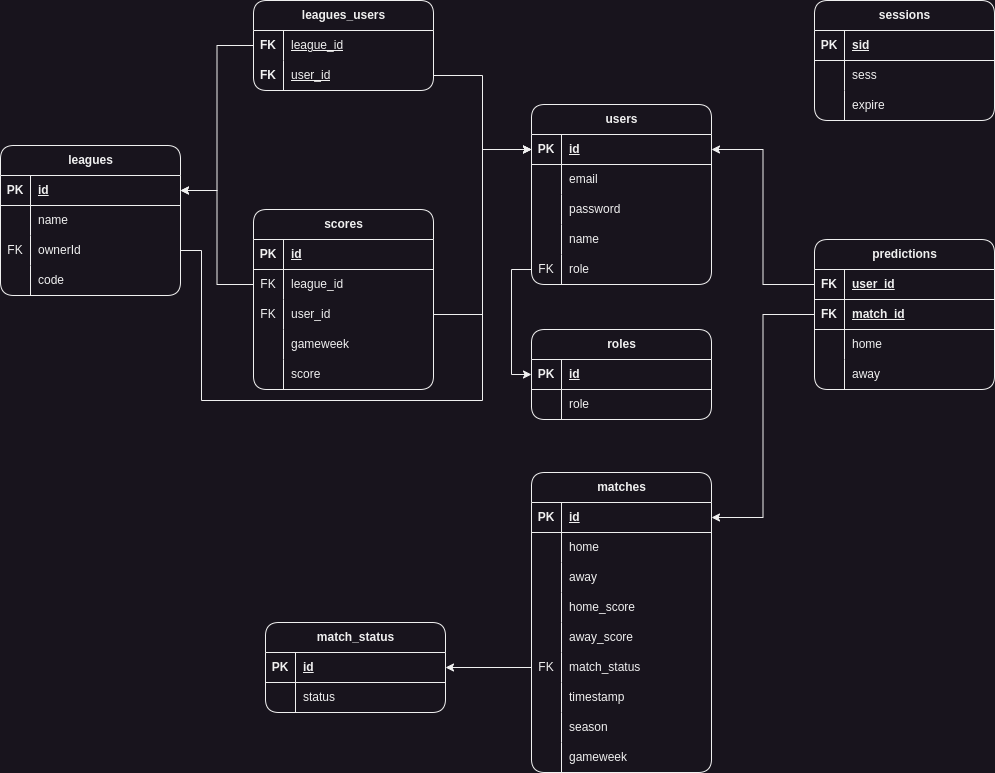
Earlier version of the draw.io export images/FotLeague.drawio.png (MahmoudHamdy02/FotLeague). Source tidied: cells renumbered, new cells last; positions are measured from the earlier drawing's top-left corner, leaving out a move shared by most shapes.
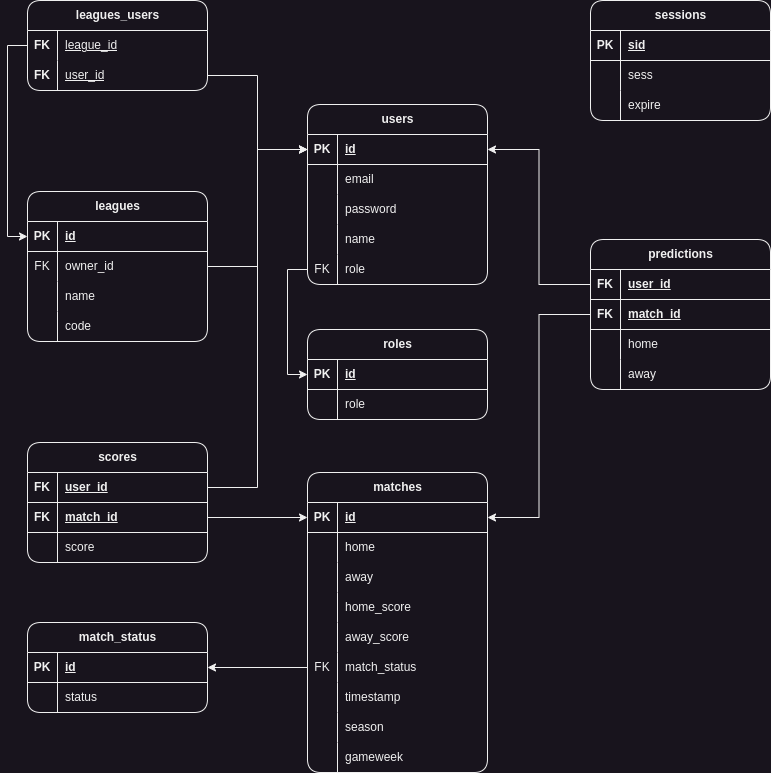
After the commit.

What changed in the source:
```diff
@@ -180,7 +180,7 @@
       <mxGeometry relative="1" as="geometry" />
     </mxCell>
     <mxCell id="61" value="leagues" style="shape=table;startSize=30;rowLines=0;fontStyle=1;align=center;html=1;rounded=1;shadow=0;swimlaneFillColor=none;gradientColor=none;" parent="1" vertex="1">
-      <mxGeometry y="145" width="180" height="150" as="geometry" />
+      <mxGeometry x="251" y="191" width="180" height="150" as="geometry" />
     </mxCell>
     <mxCell id="62" style="shape=tableRow;horizontal=0;startSize=0;swimlaneHead=0;swimlaneBody=0;fillColor=none;points=[[0,0.5],[1,0.5]];portConstraint=eastwest;top=0;left=0;right=0;bottom=1;" parent="61" vertex="1">
       <mxGeometry y="30" width="180" height="30" as="geometry" />
@@ -194,19 +194,19 @@
     <mxCell id="65" style="shape=tableRow;horizontal=0;startSize=0;swimlaneHead=0;swimlaneBody=0;fillColor=none;points=[[0,0.5],[1,0.5]];portConstraint=eastwest;top=0;left=0;right=0;bottom=0;" parent="61" vertex="1">
       <mxGeometry y="60" width="180" height="30" as="geometry" />
     </mxCell>
-    <mxCell id="66" style="shape=partialRectangle;fillColor=none;top=0;left=0;bottom=0;right=0;overflow=hidden;whiteSpace=wrap;html=1;" parent="65" vertex="1">
+    <mxCell id="66" value="FK" style="shape=partialRectangle;fillColor=none;top=0;left=0;bottom=0;right=0;overflow=hidden;whiteSpace=wrap;html=1;" parent="65" vertex="1">
       <mxGeometry width="30" height="30" as="geometry" />
     </mxCell>
-    <mxCell id="67" value="name" style="shape=partialRectangle;fillColor=none;top=0;left=0;bottom=0;right=0;align=left;spacingLeft=6;overflow=hidden;whiteSpace=wrap;html=1;" parent="65" vertex="1">
+    <mxCell id="67" value="owner_id" style="shape=partialRectangle;fillColor=none;top=0;left=0;bottom=0;right=0;align=left;spacingLeft=6;overflow=hidden;whiteSpace=wrap;html=1;" parent="65" vertex="1">
       <mxGeometry x="30" width="150" height="30" as="geometry" />
     </mxCell>
     <mxCell id="68" style="shape=tableRow;horizontal=0;startSize=0;swimlaneHead=0;swimlaneBody=0;fillColor=none;top=0;left=0;right=0;bottom=0;" parent="61" vertex="1">
       <mxGeometry y="90" width="180" height="30" as="geometry" />
     </mxCell>
-    <mxCell id="69" value="FK" style="shape=partialRectangle;fillColor=none;top=0;left=0;bottom=0;right=0;overflow=hidden;whiteSpace=wrap;html=1;" parent="68" vertex="1">
+    <mxCell id="69" style="shape=partialRectangle;fillColor=none;top=0;left=0;bottom=0;right=0;overflow=hidden;whiteSpace=wrap;html=1;" parent="68" vertex="1">
       <mxGeometry width="30" height="30" as="geometry" />
     </mxCell>
-    <mxCell id="70" value="ownerId" style="shape=partialRectangle;fillColor=none;top=0;left=0;bottom=0;right=0;align=left;spacingLeft=6;overflow=hidden;whiteSpace=wrap;html=1;" parent="68" vertex="1">
+    <mxCell id="70" value="name" style="shape=partialRectangle;fillColor=none;top=0;left=0;bottom=0;right=0;align=left;spacingLeft=6;overflow=hidden;whiteSpace=wrap;html=1;" parent="68" vertex="1">
       <mxGeometry x="30" width="150" height="30" as="geometry" />
     </mxCell>
     <mxCell id="71" style="shape=tableRow;horizontal=0;startSize=0;swimlaneHead=0;swimlaneBody=0;fillColor=none;top=0;left=0;right=0;bottom=0;" parent="61" vertex="1">
@@ -219,7 +219,7 @@
       <mxGeometry x="30" width="150" height="30" as="geometry" />
     </mxCell>
     <mxCell id="74" value="leagues_users" style="shape=table;startSize=30;rowLines=0;fontStyle=1;align=center;html=1;rounded=1;shadow=0;swimlaneFillColor=none;gradientColor=none;" parent="1" vertex="1">
-      <mxGeometry x="253" width="180" height="90" as="geometry" />
+      <mxGeometry x="251" width="180" height="90" as="geometry" />
     </mxCell>
     <mxCell id="75" style="shape=tableRow;horizontal=0;startSize=0;swimlaneHead=0;swimlaneBody=0;fillColor=none;points=[[0,0.5],[1,0.5]];portConstraint=eastwest;top=0;left=0;right=0;bottom=0;" parent="74" vertex="1">
       <mxGeometry y="30" width="180" height="30" as="geometry" />
@@ -239,50 +239,32 @@
     <mxCell id="80" value="&lt;u&gt;user_id&lt;/u&gt;" style="shape=partialRectangle;fillColor=none;top=0;left=0;bottom=0;right=0;align=left;spacingLeft=6;overflow=hidden;whiteSpace=wrap;html=1;" parent="78" vertex="1">
       <mxGeometry x="30" width="150" height="30" as="geometry" />
     </mxCell>
-    <mxCell id="81" style="edgeStyle=orthogonalEdgeStyle;rounded=0;jettySize=auto;html=1;exitX=0;exitY=0.5;exitDx=0;exitDy=0;entryX=1;entryY=0.5;entryDx=0;entryDy=0;" parent="1" edge="1" source="75" target="62">
+    <mxCell id="81" style="edgeStyle=orthogonalEdgeStyle;rounded=0;jettySize=auto;html=1;exitX=0;exitY=0.5;exitDx=0;exitDy=0;entryX=0;entryY=0.5;entryDx=0;entryDy=0;" parent="1" edge="1" source="75" target="62">
       <mxGeometry relative="1" as="geometry" />
     </mxCell>
     <mxCell id="82" value="scores" style="shape=table;startSize=30;rowLines=0;fontStyle=1;align=center;html=1;rounded=1;shadow=0;swimlaneFillColor=none;gradientColor=none;" parent="1" vertex="1">
-      <mxGeometry x="253" y="209" width="180" height="180" as="geometry" />
+      <mxGeometry x="251" y="442" width="180" height="120" as="geometry" />
     </mxCell>
     <mxCell id="83" style="shape=tableRow;horizontal=0;startSize=0;swimlaneHead=0;swimlaneBody=0;fillColor=none;points=[[0,0.5],[1,0.5]];portConstraint=eastwest;top=0;left=0;right=0;bottom=1;" parent="82" vertex="1">
       <mxGeometry y="30" width="180" height="30" as="geometry" />
     </mxCell>
-    <mxCell id="84" value="PK" style="shape=partialRectangle;fillColor=none;top=0;left=0;bottom=0;right=0;fontStyle=1;overflow=hidden;whiteSpace=wrap;html=1;" parent="83" vertex="1">
+    <mxCell id="84" value="FK" style="shape=partialRectangle;fillColor=none;top=0;left=0;bottom=0;right=0;fontStyle=1;overflow=hidden;whiteSpace=wrap;html=1;" parent="83" vertex="1">
       <mxGeometry width="30" height="30" as="geometry" />
     </mxCell>
-    <mxCell id="85" value="id" style="shape=partialRectangle;fillColor=none;top=0;left=0;bottom=0;right=0;align=left;spacingLeft=6;fontStyle=5;overflow=hidden;whiteSpace=wrap;html=1;" parent="83" vertex="1">
+    <mxCell id="85" value="user_id" style="shape=partialRectangle;fillColor=none;top=0;left=0;bottom=0;right=0;align=left;spacingLeft=6;fontStyle=5;overflow=hidden;whiteSpace=wrap;html=1;" parent="83" vertex="1">
       <mxGeometry x="30" width="150" height="30" as="geometry" />
     </mxCell>
-    <mxCell id="86" style="shape=tableRow;horizontal=0;startSize=0;swimlaneHead=0;swimlaneBody=0;fillColor=none;points=[[0,0.5],[1,0.5]];portConstraint=eastwest;top=0;left=0;right=0;bottom=0;" parent="82" vertex="1">
-      <mxGeometry y="60" width="180" height="30" as="geometry" />
-    </mxCell>
-    <mxCell id="87" value="FK" style="shape=partialRectangle;fillColor=none;top=0;left=0;bottom=0;right=0;overflow=hidden;whiteSpace=wrap;html=1;" parent="86" vertex="1">
-      <mxGeometry width="30" height="30" as="geometry" />
-    </mxCell>
-    <mxCell id="88" value="league_id" style="shape=partialRectangle;fillColor=none;top=0;left=0;bottom=0;right=0;align=left;spacingLeft=6;overflow=hidden;whiteSpace=wrap;html=1;" parent="86" vertex="1">
-      <mxGeometry x="30" width="150" height="30" as="geometry" />
-    </mxCell>
-    <mxCell id="89" style="shape=tableRow;horizontal=0;startSize=0;swimlaneHead=0;swimlaneBody=0;fillColor=none;points=[[0,0.5],[1,0.5]];portConstraint=eastwest;top=0;left=0;right=0;bottom=0;" parent="82" vertex="1">
-      <mxGeometry y="90" width="180" height="30" as="geometry" />
-    </mxCell>
-    <mxCell id="90" value="FK" style="shape=partialRectangle;fillColor=none;top=0;left=0;bottom=0;right=0;overflow=hidden;whiteSpace=wrap;html=1;" parent="89" vertex="1">
-      <mxGeometry width="30" height="30" as="geometry" />
-    </mxCell>
-    <mxCell id="91" value="user_id" style="shape=partialRectangle;fillColor=none;top=0;left=0;bottom=0;right=0;align=left;spacingLeft=6;overflow=hidden;whiteSpace=wrap;html=1;" parent="89" vertex="1">
-      <mxGeometry x="30" width="150" height="30" as="geometry" />
-    </mxCell>
-    <mxCell id="92" style="shape=tableRow;horizontal=0;startSize=0;swimlaneHead=0;swimlaneBody=0;fillColor=none;top=0;left=0;right=0;bottom=0;" parent="82" vertex="1">
-      <mxGeometry y="120" width="180" height="30" as="geometry" />
-    </mxCell>
-    <mxCell id="93" style="shape=partialRectangle;fillColor=none;top=0;left=0;bottom=0;right=0;overflow=hidden;whiteSpace=wrap;html=1;" parent="92" vertex="1">
-      <mxGeometry width="30" height="30" as="geometry" />
-    </mxCell>
-    <mxCell id="94" value="gameweek" style="shape=partialRectangle;fillColor=none;top=0;left=0;bottom=0;right=0;align=left;spacingLeft=6;overflow=hidden;whiteSpace=wrap;html=1;" parent="92" vertex="1">
-      <mxGeometry x="30" width="150" height="30" as="geometry" />
-    </mxCell>
+    <mxCell id="128" style="shape=tableRow;horizontal=0;startSize=0;swimlaneHead=0;swimlaneBody=0;fillColor=none;points=[[0,0.5],[1,0.5]];portConstraint=eastwest;top=0;left=0;right=0;bottom=1;" parent="82" vertex="1">
+      <mxGeometry y="60" width="180" height="30" as="geometry" />
+    </mxCell>
+    <mxCell id="129" value="FK" style="shape=partialRectangle;fillColor=none;top=0;left=0;bottom=0;right=0;fontStyle=1;overflow=hidden;whiteSpace=wrap;html=1;" parent="128" vertex="1">
+      <mxGeometry width="30" height="30" as="geometry" />
+    </mxCell>
+    <mxCell id="130" value="match_id" style="shape=partialRectangle;fillColor=none;top=0;left=0;bottom=0;right=0;align=left;spacingLeft=6;fontStyle=5;overflow=hidden;whiteSpace=wrap;html=1;" parent="128" vertex="1">
+      <mxGeometry x="30" width="150" height="30" as="geometry" />
+    </mxCell>
     <mxCell id="95" style="shape=tableRow;horizontal=0;startSize=0;swimlaneHead=0;swimlaneBody=0;fillColor=none;top=0;left=0;right=0;bottom=0;" parent="82" vertex="1">
-      <mxGeometry y="150" width="180" height="30" as="geometry" />
+      <mxGeometry y="90" width="180" height="30" as="geometry" />
     </mxCell>
     <mxCell id="96" style="shape=partialRectangle;fillColor=none;top=0;left=0;bottom=0;right=0;overflow=hidden;whiteSpace=wrap;html=1;" parent="95" vertex="1">
       <mxGeometry width="30" height="30" as="geometry" />
@@ -290,11 +272,8 @@
     <mxCell id="97" value="score" style="shape=partialRectangle;fillColor=none;top=0;left=0;bottom=0;right=0;align=left;spacingLeft=6;overflow=hidden;whiteSpace=wrap;html=1;" parent="95" vertex="1">
       <mxGeometry x="30" width="150" height="30" as="geometry" />
     </mxCell>
-    <mxCell id="98" style="edgeStyle=orthogonalEdgeStyle;rounded=0;jettySize=auto;html=1;exitX=0;exitY=0.5;exitDx=0;exitDy=0;entryX=1;entryY=0.5;entryDx=0;entryDy=0;" parent="1" edge="1" source="86" target="62">
-      <mxGeometry relative="1" as="geometry" />
-    </mxCell>
     <mxCell id="99" value="match_status" style="shape=table;startSize=30;rowLines=0;fontStyle=1;align=center;html=1;rounded=1;shadow=0;swimlaneFillColor=none;gradientColor=none;" parent="1" vertex="1">
-      <mxGeometry x="265" y="622" width="180" height="90" as="geometry" />
+      <mxGeometry x="251" y="622" width="180" height="90" as="geometry" />
     </mxCell>
     <mxCell id="100" style="shape=tableRow;horizontal=0;startSize=0;swimlaneHead=0;swimlaneBody=0;fillColor=none;points=[[0,0.5],[1,0.5]];portConstraint=eastwest;top=0;left=0;right=0;bottom=1;" parent="99" vertex="1">
       <mxGeometry y="30" width="180" height="30" as="geometry" />
@@ -371,23 +350,17 @@
     <mxCell id="124" style="edgeStyle=orthogonalEdgeStyle;rounded=0;jettySize=auto;html=1;exitX=0;exitY=0.5;exitDx=0;exitDy=0;entryX=0;entryY=0.5;entryDx=0;entryDy=0;" parent="1" edge="1" source="15" target="118">
       <mxGeometry relative="1" as="geometry" />
     </mxCell>
-    <mxCell id="125" style="edgeStyle=orthogonalEdgeStyle;rounded=0;orthogonalLoop=1;jettySize=auto;html=1;exitX=1;exitY=0.5;exitDx=0;exitDy=0;entryX=0;entryY=0.5;entryDx=0;entryDy=0;" parent="1" edge="1">
-      <mxGeometry relative="1" as="geometry">
-        <mxPoint x="180" y="250" as="sourcePoint" />
-        <mxPoint x="531" y="149" as="targetPoint" />
-        <Array as="points">
-          <mxPoint x="201" y="250" />
-          <mxPoint x="201" y="400" />
-          <mxPoint x="482" y="400" />
-          <mxPoint x="482" y="149" />
-        </Array>
-      </mxGeometry>
-    </mxCell>
     <mxCell id="126" style="edgeStyle=orthogonalEdgeStyle;rounded=0;jettySize=auto;html=1;exitX=1;exitY=0.5;exitDx=0;exitDy=0;entryX=0;entryY=0.5;entryDx=0;entryDy=0;" parent="1" edge="1" source="78" target="3">
       <mxGeometry relative="1" as="geometry" />
     </mxCell>
-    <mxCell id="127" style="edgeStyle=orthogonalEdgeStyle;rounded=0;jettySize=auto;html=1;exitX=1;exitY=0.5;exitDx=0;exitDy=0;entryX=0;entryY=0.5;entryDx=0;entryDy=0;" parent="1" edge="1" source="89" target="3">
+    <mxCell id="127" style="edgeStyle=orthogonalEdgeStyle;rounded=0;jettySize=auto;html=1;exitX=1;exitY=0.5;exitDx=0;exitDy=0;entryX=0;entryY=0.5;entryDx=0;entryDy=0;" parent="1" edge="1" source="83" target="3">
       <mxGeometry relative="1" as="geometry" />
     </mxCell>
+    <mxCell id="131" style="edgeStyle=orthogonalEdgeStyle;rounded=0;jettySize=auto;html=1;exitX=1;exitY=0.5;exitDx=0;exitDy=0;entryX=0;entryY=0.5;entryDx=0;entryDy=0;" parent="1" edge="1" source="128" target="32">
+      <mxGeometry relative="1" as="geometry" />
+    </mxCell>
+    <mxCell id="132" style="edgeStyle=orthogonalEdgeStyle;rounded=0;jettySize=auto;html=1;exitX=1;exitY=0.5;exitDx=0;exitDy=0;entryX=0;entryY=0.5;entryDx=0;entryDy=0;" parent="1" edge="1" source="65" target="3">
+      <mxGeometry relative="1" as="geometry" />
+    </mxCell>
   </root>
 </mxGraphModel>
```
